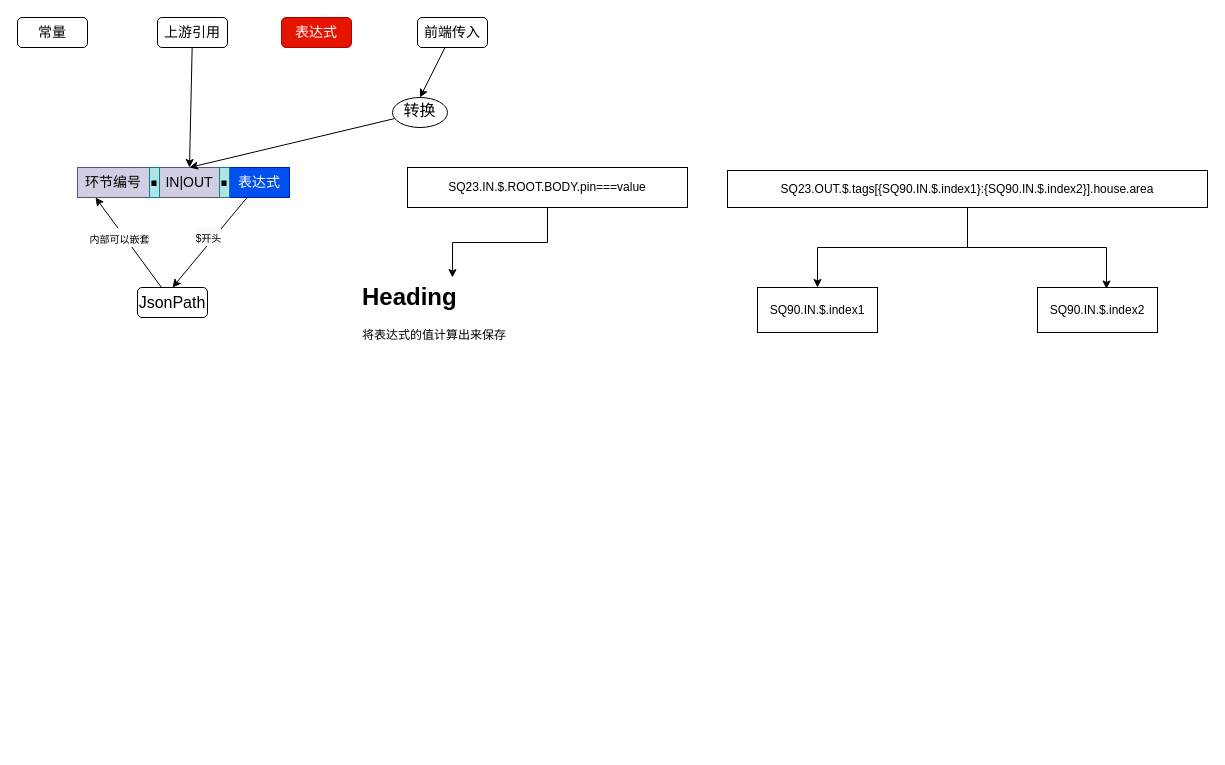
Above: page "上游引用表达式格式" (17 of 20) of 流控.drawio in qymmdj/draw-io (draw.io), before the change. Source tidied: cells renumbered, new cells numbered last; positions are measured from the earlier drawing's top-left corner, leaving out a move shared by most shapes. Both pictures are drawn from the tidied source at 100%, with x=0, y=0 at pixel (17, 17).
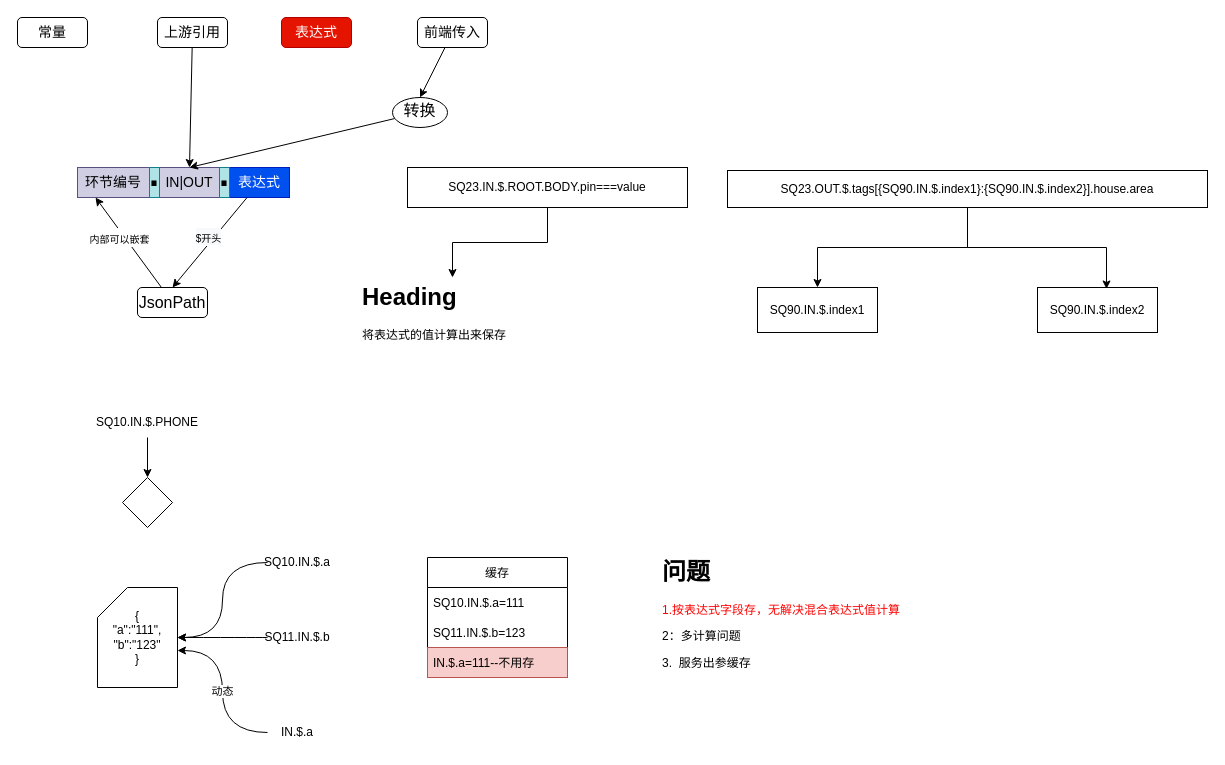
The same page after the edit.

The edit, as a diff of the source:
```diff
@@
+    <mxCell id="29" style="edgeStyle=orthogonalEdgeStyle;rounded=0;jettySize=auto;html=1;" parent="1" edge="1" source="30" target="31">
+      <mxGeometry relative="1" as="geometry" />
+    </mxCell>
+    <mxCell id="30" value="SQ10.IN.$.PHONE" style="text;html=1;strokeColor=none;fillColor=none;align=center;verticalAlign=middle;whiteSpace=wrap;rounded=0;" parent="1" vertex="1">
+      <mxGeometry x="100" y="390" width="60" height="30" as="geometry" />
+    </mxCell>
+    <mxCell id="31" style="rhombus;whiteSpace=wrap;html=1;" parent="1" vertex="1">
+      <mxGeometry x="105" y="460" width="50" height="50" as="geometry" />
+    </mxCell>
+    <mxCell id="32" value="{&lt;br&gt;&quot;a&quot;:&quot;111&quot;,&lt;br&gt;&quot;b&quot;:&quot;123&quot;&lt;br&gt;}" style="shape=card;whiteSpace=wrap;html=1;" parent="1" vertex="1">
+      <mxGeometry x="80" y="570" width="80" height="100" as="geometry" />
+    </mxCell>
+    <mxCell id="33" style="edgeStyle=orthogonalEdgeStyle;rounded=0;jettySize=auto;html=1;entryX=1;entryY=0.5;entryDx=0;entryDy=0;entryPerimeter=0;curved=1;" parent="1" edge="1" source="34" target="32">
+      <mxGeometry relative="1" as="geometry" />
+    </mxCell>
+    <mxCell id="34" value="SQ10.IN.$.a" style="text;html=1;strokeColor=none;fillColor=none;align=center;verticalAlign=middle;whiteSpace=wrap;rounded=0;" parent="1" vertex="1">
+      <mxGeometry x="250" y="530" width="60" height="30" as="geometry" />
+    </mxCell>
+    <mxCell id="35" style="edgeStyle=orthogonalEdgeStyle;curved=1;rounded=0;jettySize=auto;html=1;" parent="1" edge="1" source="36" target="32">
+      <mxGeometry relative="1" as="geometry" />
+    </mxCell>
+    <mxCell id="36" value="SQ11.IN.$.b" style="text;html=1;strokeColor=none;fillColor=none;align=center;verticalAlign=middle;whiteSpace=wrap;rounded=0;" parent="1" vertex="1">
+      <mxGeometry x="250" y="605" width="60" height="30" as="geometry" />
+    </mxCell>
+    <mxCell id="37" value="动态" style="edgeStyle=orthogonalEdgeStyle;curved=1;rounded=0;jettySize=auto;html=1;entryX=1;entryY=0.63;entryDx=0;entryDy=0;entryPerimeter=0;" parent="1" edge="1" source="38" target="32">
+      <mxGeometry relative="1" as="geometry" />
+    </mxCell>
+    <mxCell id="38" value="IN.$.a" style="text;html=1;strokeColor=none;fillColor=none;align=center;verticalAlign=middle;whiteSpace=wrap;rounded=0;" parent="1" vertex="1">
+      <mxGeometry x="250" y="700" width="60" height="30" as="geometry" />
+    </mxCell>
+    <mxCell id="39" value="缓存" style="swimlane;fontStyle=0;horizontal=1;startSize=30;" parent="1" vertex="1">
+      <mxGeometry x="410" y="540" width="140" height="120" as="geometry" />
+    </mxCell>
+    <mxCell id="40" value="SQ10.IN.$.a=111" style="text;strokeColor=none;fillColor=none;align=left;verticalAlign=middle;spacingLeft=4;spacingRight=4;overflow=hidden;" parent="39" vertex="1">
+      <mxGeometry y="30" width="140" height="30" as="geometry" />
+    </mxCell>
+    <mxCell id="41" value="SQ11.IN.$.b=123" style="text;strokeColor=none;fillColor=none;align=left;verticalAlign=middle;spacingLeft=4;spacingRight=4;overflow=hidden;" parent="39" vertex="1">
+      <mxGeometry y="60" width="140" height="30" as="geometry" />
+    </mxCell>
+    <mxCell id="42" value="IN.$.a=111--不用存" style="text;strokeColor=#b85450;fillColor=#f8cecc;align=left;verticalAlign=middle;spacingLeft=4;spacingRight=4;overflow=hidden;" parent="39" vertex="1">
+      <mxGeometry y="90" width="140" height="30" as="geometry" />
+    </mxCell>
+    <mxCell id="43" value="&lt;h1&gt;问题&lt;/h1&gt;&lt;p&gt;&lt;font color=&quot;#ff0000&quot;&gt;1.按表达式字段存，无解决混合表达式值计算&lt;/font&gt;&lt;/p&gt;&lt;p&gt;2：多计算问题&lt;/p&gt;&lt;p&gt;3.&amp;nbsp; 服务出参缓存&lt;/p&gt;" style="text;html=1;strokeColor=none;fillColor=none;spacing=5;spacingTop=-20;whiteSpace=wrap;overflow=hidden;rounded=0;" parent="1" vertex="1">
+      <mxGeometry x="640" y="535" width="260" height="125" as="geometry" />
+    </mxCell>
```
